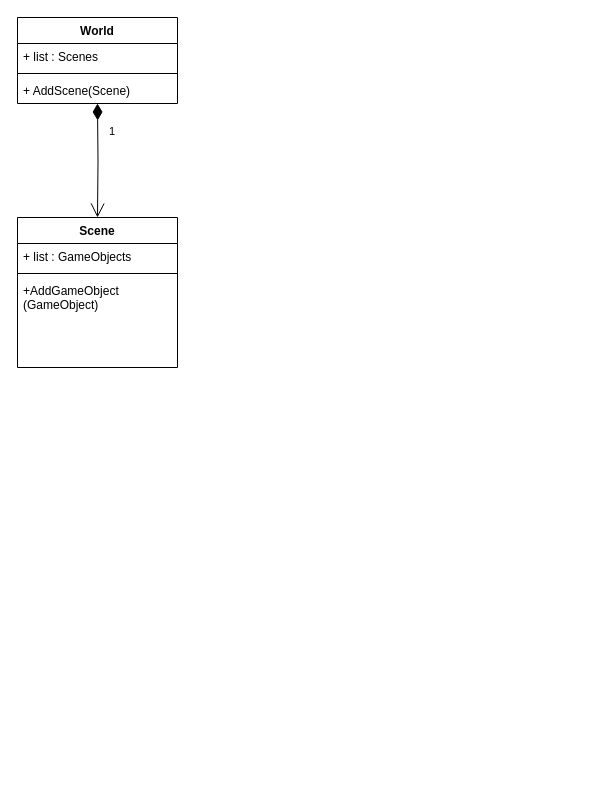
The draw.io diagram BouncyBalls.drawio in DantezMine/Bouncy-Balls, before the edit. Source tidied: cells renumbered, new cells numbered last; positions are measured from the earlier drawing's top-left corner, leaving out a move shared by most shapes. Both pictures are drawn from the tidied source at 100%, with x=0, y=0 at pixel (17, 17).
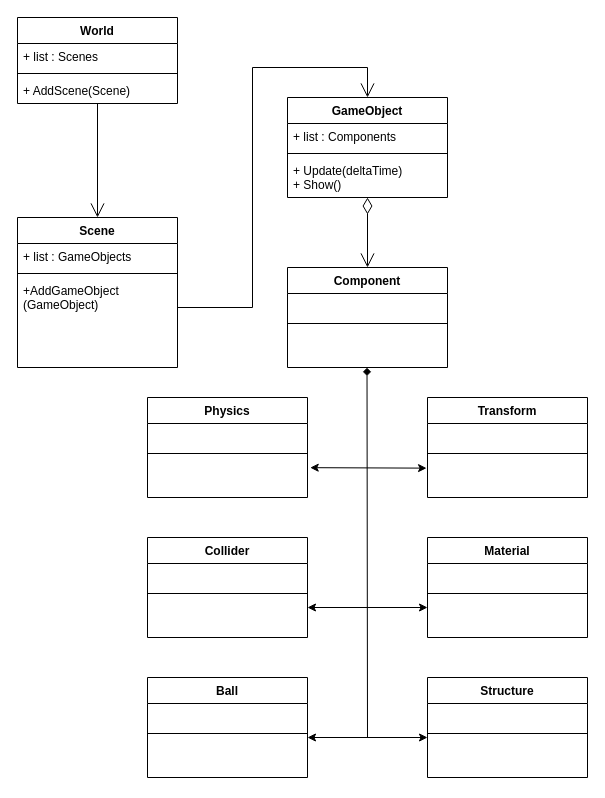
Above is the later version.

Unchanged cells that the change refers to:
```xml
<mxCell id="2" value="Scene" style="swimlane;fontStyle=1;align=center;verticalAlign=top;horizontal=1;startSize=26;whiteSpace=wrap;html=1;" parent="1" vertex="1">
  <mxGeometry y="200" width="160" height="150" as="geometry" />
</mxCell>
```

Diff of the diagram source:
```diff
@@
-    <mxCell id="10" value="1" style="endArrow=open;html=1;endSize=12;startArrow=diamondThin;startSize=14;startFill=1;edgeStyle=orthogonalEdgeStyle;align=left;verticalAlign=bottom;rounded=0;" parent="1" edge="1" target="2">
+    <mxCell id="10" style="endArrow=open;html=1;endSize=12;startArrow=none;startSize=14;startFill=0;align=left;verticalAlign=bottom;rounded=0;" parent="1" edge="1" target="2">
       <mxGeometry x="-0.36" y="10" relative="1" as="geometry">
         <mxPoint x="80" y="86" as="sourcePoint" />
       </mxGeometry>
     </mxCell>
+    <mxCell id="11" value="GameObject" style="swimlane;fontStyle=1;align=center;verticalAlign=top;horizontal=1;startSize=26;whiteSpace=wrap;html=1;" parent="1" vertex="1">
+      <mxGeometry x="270" y="80" width="160" height="100" as="geometry" />
+    </mxCell>
+    <mxCell id="12" value="+ list : Components" style="text;strokeColor=none;fillColor=none;align=left;verticalAlign=top;spacingLeft=4;spacingRight=4;overflow=hidden;whiteSpace=wrap;html=1;" parent="11" vertex="1">
+      <mxGeometry y="26" width="160" height="26" as="geometry" />
+    </mxCell>
+    <mxCell id="13" style="line;strokeWidth=1;fillColor=none;align=left;verticalAlign=middle;spacingTop=-1;spacingLeft=3;spacingRight=3;labelPosition=right;strokeColor=inherit;" parent="11" vertex="1">
+      <mxGeometry y="52" width="160" height="8" as="geometry" />
+    </mxCell>
+    <mxCell id="14" value="+ Update(deltaTime)&lt;br&gt;+ Show()" style="text;strokeColor=none;fillColor=none;align=left;verticalAlign=top;spacingLeft=4;spacingRight=4;overflow=hidden;whiteSpace=wrap;html=1;" parent="11" vertex="1">
+      <mxGeometry y="60" width="160" height="40" as="geometry" />
+    </mxCell>
+    <mxCell id="15" style="endArrow=open;html=1;endSize=12;startArrow=none;startSize=14;startFill=0;edgeStyle=orthogonalEdgeStyle;align=left;verticalAlign=bottom;rounded=0;entryX=0.5;entryY=0;entryDx=0;entryDy=0;" parent="1" edge="1" target="11">
+      <mxGeometry x="-1" y="3" relative="1" as="geometry">
+        <mxPoint x="160" y="290" as="sourcePoint" />
+        <Array as="points">
+          <mxPoint x="235" y="290" />
+          <mxPoint x="235" y="50" />
+          <mxPoint x="350" y="50" />
+        </Array>
+      </mxGeometry>
+    </mxCell>
+    <mxCell id="16" value="Component" style="swimlane;fontStyle=1;align=center;verticalAlign=top;horizontal=1;startSize=26;whiteSpace=wrap;html=1;" parent="1" vertex="1">
+      <mxGeometry x="270" y="250" width="160" height="100" as="geometry" />
+    </mxCell>
+    <mxCell id="17" value="&lt;div&gt;&lt;br/&gt;&lt;/div&gt;" style="text;strokeColor=none;fillColor=none;align=left;verticalAlign=top;spacingLeft=4;spacingRight=4;overflow=hidden;whiteSpace=wrap;html=1;" parent="16" vertex="1">
+      <mxGeometry y="26" width="160" height="26" as="geometry" />
+    </mxCell>
+    <mxCell id="18" style="line;strokeWidth=1;fillColor=none;align=left;verticalAlign=middle;spacingTop=-1;spacingLeft=3;spacingRight=3;labelPosition=right;strokeColor=inherit;" parent="16" vertex="1">
+      <mxGeometry y="52" width="160" height="8" as="geometry" />
+    </mxCell>
+    <mxCell id="19" value="&lt;div&gt;&lt;br/&gt;&lt;/div&gt;" style="text;strokeColor=none;fillColor=none;align=left;verticalAlign=top;spacingLeft=4;spacingRight=4;overflow=hidden;points=[[0,0.5],[1,0.5]];portConstraint=eastwest;whiteSpace=wrap;html=1;" parent="16" vertex="1">
+      <mxGeometry y="60" width="160" height="40" as="geometry" />
+    </mxCell>
+    <mxCell id="20" style="endArrow=open;html=1;endSize=12;startArrow=diamondThin;startSize=14;startFill=0;align=left;verticalAlign=bottom;rounded=0;entryX=0.5;entryY=0;entryDx=0;entryDy=0;" parent="1" edge="1" target="16">
+      <mxGeometry x="-0.43" y="10" relative="1" as="geometry">
+        <mxPoint x="350" y="180" as="sourcePoint" />
+      </mxGeometry>
+    </mxCell>
+    <mxCell id="21" value="Physics" style="swimlane;fontStyle=1;align=center;verticalAlign=top;horizontal=1;startSize=26;whiteSpace=wrap;html=1;" parent="1" vertex="1">
+      <mxGeometry x="130" y="380" width="160" height="100" as="geometry" />
+    </mxCell>
+    <mxCell id="22" value="&lt;div&gt;&lt;br/&gt;&lt;/div&gt;" style="text;strokeColor=none;fillColor=none;align=left;verticalAlign=top;spacingLeft=4;spacingRight=4;overflow=hidden;whiteSpace=wrap;html=1;" parent="21" vertex="1">
+      <mxGeometry y="26" width="160" height="26" as="geometry" />
+    </mxCell>
+    <mxCell id="23" style="line;strokeWidth=1;fillColor=none;align=left;verticalAlign=middle;spacingTop=-1;spacingLeft=3;spacingRight=3;labelPosition=right;strokeColor=inherit;" parent="21" vertex="1">
+      <mxGeometry y="52" width="160" height="8" as="geometry" />
+    </mxCell>
+    <mxCell id="24" value="&lt;div&gt;&lt;br/&gt;&lt;/div&gt;" style="text;strokeColor=none;fillColor=none;align=left;verticalAlign=top;spacingLeft=4;spacingRight=4;overflow=hidden;points=[[0,0.5],[1,0.5]];portConstraint=eastwest;whiteSpace=wrap;html=1;" parent="21" vertex="1">
+      <mxGeometry y="60" width="160" height="40" as="geometry" />
+    </mxCell>
+    <mxCell id="25" value="Collider" style="swimlane;fontStyle=1;align=center;verticalAlign=top;horizontal=1;startSize=26;whiteSpace=wrap;html=1;" parent="1" vertex="1">
+      <mxGeometry x="130" y="520" width="160" height="100" as="geometry" />
+    </mxCell>
+    <mxCell id="26" value="&lt;div&gt;&lt;br/&gt;&lt;/div&gt;" style="text;strokeColor=none;fillColor=none;align=left;verticalAlign=top;spacingLeft=4;spacingRight=4;overflow=hidden;whiteSpace=wrap;html=1;" parent="25" vertex="1">
+      <mxGeometry y="26" width="160" height="26" as="geometry" />
+    </mxCell>
+    <mxCell id="27" style="line;strokeWidth=1;fillColor=none;align=left;verticalAlign=middle;spacingTop=-1;spacingLeft=3;spacingRight=3;labelPosition=right;strokeColor=inherit;" parent="25" vertex="1">
+      <mxGeometry y="52" width="160" height="8" as="geometry" />
+    </mxCell>
+    <mxCell id="28" value="&lt;div&gt;&lt;br/&gt;&lt;/div&gt;" style="text;strokeColor=none;fillColor=none;align=left;verticalAlign=top;spacingLeft=4;spacingRight=4;overflow=hidden;whiteSpace=wrap;html=1;" parent="25" vertex="1">
+      <mxGeometry y="60" width="160" height="40" as="geometry" />
+    </mxCell>
+    <mxCell id="29" value="Transform" style="swimlane;fontStyle=1;align=center;verticalAlign=top;horizontal=1;startSize=26;whiteSpace=wrap;html=1;" parent="1" vertex="1">
+      <mxGeometry x="410" y="380" width="160" height="100" as="geometry" />
+    </mxCell>
+    <mxCell id="30" value="&lt;div&gt;&lt;br/&gt;&lt;/div&gt;" style="text;strokeColor=none;fillColor=none;align=left;verticalAlign=top;spacingLeft=4;spacingRight=4;overflow=hidden;whiteSpace=wrap;html=1;" parent="29" vertex="1">
+      <mxGeometry y="26" width="160" height="26" as="geometry" />
+    </mxCell>
+    <mxCell id="31" style="line;strokeWidth=1;fillColor=none;align=left;verticalAlign=middle;spacingTop=-1;spacingLeft=3;spacingRight=3;labelPosition=right;strokeColor=inherit;" parent="29" vertex="1">
+      <mxGeometry y="52" width="160" height="8" as="geometry" />
+    </mxCell>
+    <mxCell id="32" value="&lt;div&gt;&lt;br/&gt;&lt;/div&gt;" style="text;strokeColor=none;fillColor=none;align=left;verticalAlign=top;spacingLeft=4;spacingRight=4;overflow=hidden;points=[[0,0.5],[1,0.5]];portConstraint=eastwest;whiteSpace=wrap;html=1;" parent="29" vertex="1">
+      <mxGeometry y="60" width="160" height="40" as="geometry" />
+    </mxCell>
+    <mxCell id="33" value="Material" style="swimlane;fontStyle=1;align=center;verticalAlign=top;horizontal=1;startSize=26;whiteSpace=wrap;html=1;" parent="1" vertex="1">
+      <mxGeometry x="410" y="520" width="160" height="100" as="geometry" />
+    </mxCell>
+    <mxCell id="34" value="&lt;div&gt;&lt;br/&gt;&lt;/div&gt;" style="text;strokeColor=none;fillColor=none;align=left;verticalAlign=top;spacingLeft=4;spacingRight=4;overflow=hidden;whiteSpace=wrap;html=1;" parent="33" vertex="1">
+      <mxGeometry y="26" width="160" height="26" as="geometry" />
+    </mxCell>
+    <mxCell id="35" style="line;strokeWidth=1;fillColor=none;align=left;verticalAlign=middle;spacingTop=-1;spacingLeft=3;spacingRight=3;labelPosition=right;strokeColor=inherit;" parent="33" vertex="1">
+      <mxGeometry y="52" width="160" height="8" as="geometry" />
+    </mxCell>
+    <mxCell id="36" value="&lt;div&gt;&lt;br/&gt;&lt;/div&gt;" style="text;strokeColor=none;fillColor=none;align=left;verticalAlign=top;spacingLeft=4;spacingRight=4;overflow=hidden;whiteSpace=wrap;html=1;" parent="33" vertex="1">
+      <mxGeometry y="60" width="160" height="40" as="geometry" />
+    </mxCell>
+    <mxCell id="37" value="Ball" style="swimlane;fontStyle=1;align=center;verticalAlign=top;horizontal=1;startSize=26;whiteSpace=wrap;html=1;" parent="1" vertex="1">
+      <mxGeometry x="130" y="660" width="160" height="100" as="geometry" />
+    </mxCell>
+    <mxCell id="38" value="&lt;div&gt;&lt;br/&gt;&lt;/div&gt;" style="text;strokeColor=none;fillColor=none;align=left;verticalAlign=top;spacingLeft=4;spacingRight=4;overflow=hidden;whiteSpace=wrap;html=1;" parent="37" vertex="1">
+      <mxGeometry y="26" width="160" height="26" as="geometry" />
+    </mxCell>
+    <mxCell id="39" style="line;strokeWidth=1;fillColor=none;align=left;verticalAlign=middle;spacingTop=-1;spacingLeft=3;spacingRight=3;labelPosition=right;strokeColor=inherit;" parent="37" vertex="1">
+      <mxGeometry y="52" width="160" height="8" as="geometry" />
+    </mxCell>
+    <mxCell id="40" value="&lt;div&gt;&lt;br/&gt;&lt;/div&gt;" style="text;strokeColor=none;fillColor=none;align=left;verticalAlign=top;spacingLeft=4;spacingRight=4;overflow=hidden;whiteSpace=wrap;html=1;" parent="37" vertex="1">
+      <mxGeometry y="60" width="160" height="40" as="geometry" />
+    </mxCell>
+    <mxCell id="41" value="Structure" style="swimlane;fontStyle=1;align=center;verticalAlign=top;horizontal=1;startSize=26;whiteSpace=wrap;html=1;" parent="1" vertex="1">
+      <mxGeometry x="410" y="660" width="160" height="100" as="geometry" />
+    </mxCell>
+    <mxCell id="42" value="&lt;div&gt;&lt;br/&gt;&lt;/div&gt;" style="text;strokeColor=none;fillColor=none;align=left;verticalAlign=top;spacingLeft=4;spacingRight=4;overflow=hidden;whiteSpace=wrap;html=1;" parent="41" vertex="1">
+      <mxGeometry y="26" width="160" height="26" as="geometry" />
+    </mxCell>
+    <mxCell id="43" style="line;strokeWidth=1;fillColor=none;align=left;verticalAlign=middle;spacingTop=-1;spacingLeft=3;spacingRight=3;labelPosition=right;strokeColor=inherit;" parent="41" vertex="1">
+      <mxGeometry y="52" width="160" height="8" as="geometry" />
+    </mxCell>
+    <mxCell id="44" value="&lt;div&gt;&lt;br/&gt;&lt;/div&gt;" style="text;strokeColor=none;fillColor=none;align=left;verticalAlign=top;spacingLeft=4;spacingRight=4;overflow=hidden;whiteSpace=wrap;html=1;" parent="41" vertex="1">
+      <mxGeometry y="60" width="160" height="40" as="geometry" />
+    </mxCell>
+    <mxCell id="45" style="endArrow=diamond;html=1;rounded=0;entryX=0.497;entryY=1.004;entryDx=0;entryDy=0;entryPerimeter=0;endFill=1;" parent="1" edge="1" target="19">
+      <mxGeometry relative="1" as="geometry">
+        <mxPoint x="350" y="720" as="sourcePoint" />
+      </mxGeometry>
+    </mxCell>
+    <mxCell id="46" style="endArrow=classic;startArrow=classic;html=1;rounded=0;exitX=1.017;exitY=0.254;exitDx=0;exitDy=0;exitPerimeter=0;entryX=-0.006;entryY=0.266;entryDx=0;entryDy=0;entryPerimeter=0;" parent="1" edge="1" source="24" target="32">
+      <mxGeometry relative="1" as="geometry" />
+    </mxCell>
+    <mxCell id="47" style="endArrow=classic;startArrow=classic;html=1;rounded=0;exitX=1.017;exitY=0.254;exitDx=0;exitDy=0;exitPerimeter=0;" parent="1" edge="1">
+      <mxGeometry relative="1" as="geometry">
+        <mxPoint x="290" y="590" as="sourcePoint" />
+        <mxPoint x="410" y="590" as="targetPoint" />
+      </mxGeometry>
+    </mxCell>
+    <mxCell id="48" style="endArrow=classic;startArrow=classic;html=1;rounded=0;exitX=1.017;exitY=0.254;exitDx=0;exitDy=0;exitPerimeter=0;" parent="1" edge="1">
+      <mxGeometry relative="1" as="geometry">
+        <mxPoint x="290" y="720" as="sourcePoint" />
+        <mxPoint x="410" y="720" as="targetPoint" />
+      </mxGeometry>
+    </mxCell>
```
